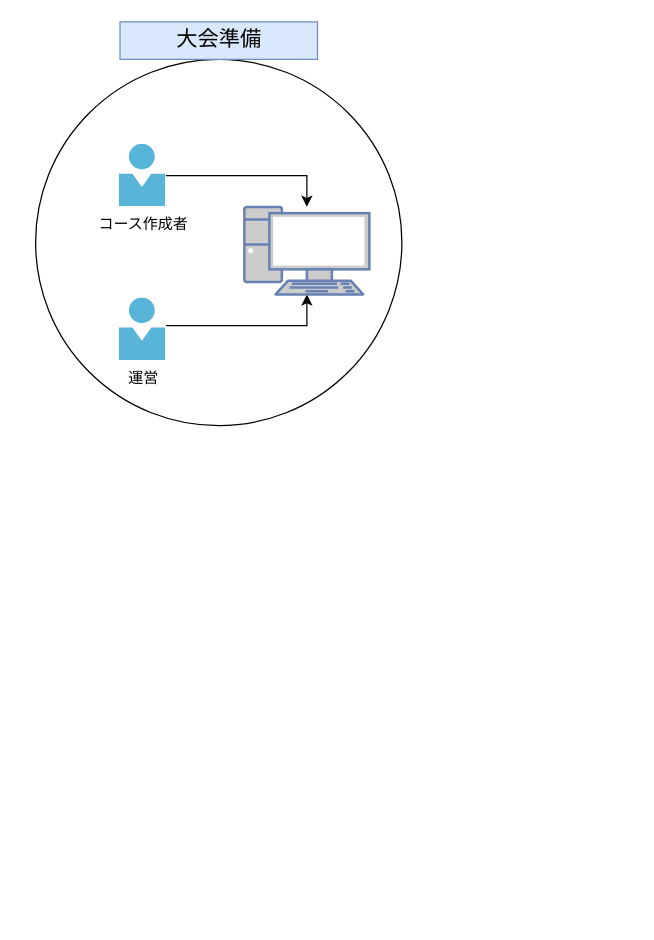
The draw.io diagram system.drawio in kazutan1230/docs, before the edit. Source tidied: cells renumbered, new cells numbered last; positions are measured from the earlier drawing's top-left corner, leaving out a move shared by most shapes. Both pictures are drawn from the tidied source at 125%, with x=0, y=0 at pixel (35, 21). Pictures stored in the file or linked from it are replaced by grey dashed boxes.
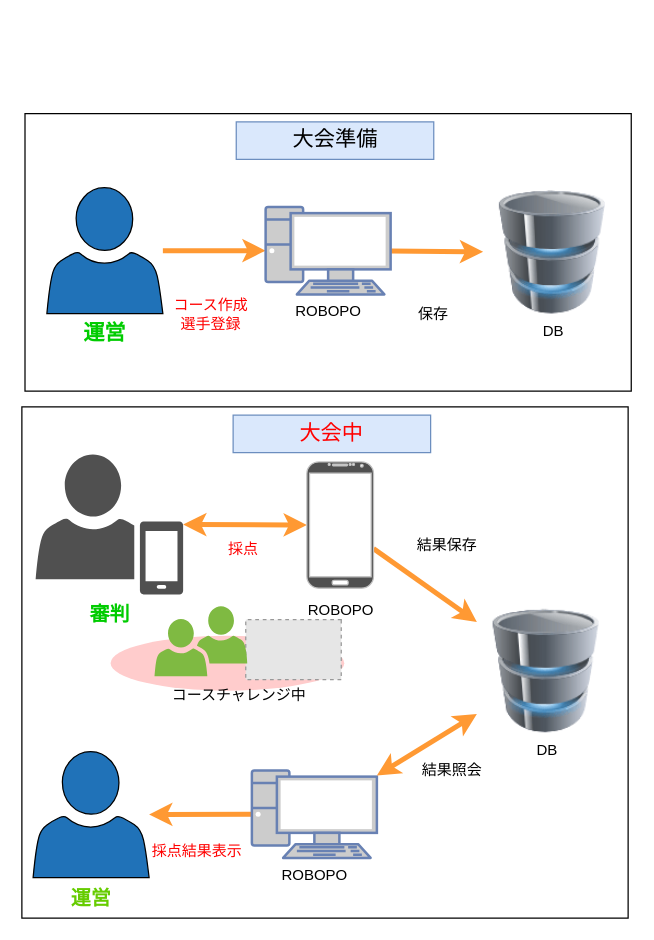
Above is the later version.

Commit message (it also covers changes not shown here):
edit: systemGaiyo -名称未設定ファイル.drawio を削除しました -システム概要図を更新

The edit, as a diff of the source:
```diff
@@
-    <mxCell id="2" style="edgeStyle=orthogonalEdgeStyle;rounded=0;jettySize=auto;html=1;" parent="1" edge="1" source="4" target="9">
-      <mxGeometry relative="1" as="geometry">
-        <Array as="points">
-          <mxPoint x="180" y="283" />
-          <mxPoint x="180" y="283" />
-        </Array>
-      </mxGeometry>
-    </mxCell>
+    <mxCell id="11" style="rounded=0;whiteSpace=wrap;html=1;" parent="1" vertex="1">
+      <mxGeometry x="-11" y="308" width="485" height="409" as="geometry" />
+    </mxCell>
+    <mxCell id="12" style="rounded=0;whiteSpace=wrap;html=1;" parent="1" vertex="1">
+      <mxGeometry x="-8.5" y="73.4" width="485" height="222" as="geometry" />
+    </mxCell>
-    <mxCell id="3" style="edgeStyle=orthogonalEdgeStyle;rounded=0;orthogonalLoop=1;jettySize=auto;html=1;exitX=0.5;exitY=1;exitDx=0;exitDy=0;" parent="1" edge="1" source="4" target="4">
-      <mxGeometry relative="1" as="geometry" />
+    <mxCell id="3" style="edgeStyle=orthogonalEdgeStyle;rounded=0;orthogonalLoop=1;jettySize=auto;html=1;exitX=0.5;exitY=1;exitDx=0;exitDy=0;" parent="1" edge="1">
+      <mxGeometry relative="1" as="geometry">
+        <mxPoint x="146.5" y="329.5" as="sourcePoint" />
+        <mxPoint x="146.5" y="329.5" as="targetPoint" />
+      </mxGeometry>
     </mxCell>
-    <mxCell id="4" style="ellipse;whiteSpace=wrap;html=1;" parent="1" vertex="1">
-      <mxGeometry y="30" width="293" height="293" as="geometry" />
-    </mxCell>
-    <mxCell id="5" style="edgeStyle=orthogonalEdgeStyle;rounded=0;jettySize=auto;html=1;" parent="1" edge="1" source="6" target="9">
-      <mxGeometry relative="1" as="geometry">
-        <Array as="points">
-          <mxPoint x="217" y="123" />
-        </Array>
-      </mxGeometry>
-    </mxCell>
-    <mxCell id="6" value="コース作成者" style="image;sketch=0;html=1;points=[];align=center;fontSize=12;image=img/lib/mscae/Person.svg;imageBackground=default;fillStyle=auto;" parent="1" vertex="1">
-      <mxGeometry x="67" y="98" width="37" height="50" as="geometry" />
-    </mxCell>
-    <mxCell id="7" style="edgeStyle=orthogonalEdgeStyle;rounded=0;jettySize=auto;html=1;" parent="1" edge="1" source="8" target="9">
-      <mxGeometry relative="1" as="geometry">
-        <Array as="points">
-          <mxPoint x="217" y="243" />
-        </Array>
-      </mxGeometry>
+    <mxCell id="7" style="edgeStyle=none;html=1;strokeWidth=4;strokeColor=#FF9933;" parent="1" edge="1" source="8" target="9">
+      <mxGeometry relative="1" as="geometry" />
     </mxCell>
+    <mxCell id="13" style="ellipse;whiteSpace=wrap;html=1;strokeWidth=4;fontSize=12;fillColor=#ffcccc;strokeColor=none;" parent="1" vertex="1">
+      <mxGeometry x="60" y="491" width="186.9" height="44" as="geometry" />
+    </mxCell>
-    <mxCell id="8" value="運営" style="image;sketch=0;html=1;points=[];align=center;fontSize=12;image=img/lib/mscae/Person.svg;imageBackground=default;fillStyle=auto;fillColor=light-dark(#FF56E2,var(--ge-dark-color, #121212));" parent="1" vertex="1">
-      <mxGeometry x="67" y="221" width="37" height="50" as="geometry" />
+    <mxCell id="8" value="&lt;b&gt;&lt;font color=&quot;#00cc00&quot; style=&quot;font-size: 17px;&quot;&gt;運営&lt;/font&gt;&lt;/b&gt;" style="sketch=0;shadow=0;dashed=0;html=1;strokeColor=default;labelPosition=center;verticalLabelPosition=bottom;verticalAlign=top;outlineConnect=0;align=center;shape=mxgraph.office.users.user;fillColor=#2072B8;fontFamily=Helvetica;fontSize=12;fontColor=default;fillStyle=auto;" parent="1" vertex="1">
+      <mxGeometry x="9" y="132.6" width="92.8" height="100.8" as="geometry" />
     </mxCell>
+    <mxCell id="14" style="edgeStyle=none;html=1;strokeColor=#FF9933;strokeWidth=4;" parent="1" edge="1" source="9" target="16">
+      <mxGeometry relative="1" as="geometry" />
+    </mxCell>
-    <mxCell id="9" style="fontColor=#0066CC;verticalAlign=top;verticalLabelPosition=bottom;labelPosition=center;align=center;html=1;outlineConnect=0;fillColor=#CCCCCC;strokeColor=#6881B3;gradientColor=none;gradientDirection=north;strokeWidth=2;shape=mxgraph.networks.pc;" parent="1" vertex="1">
-      <mxGeometry x="167" y="148" width="100" height="70" as="geometry" />
+    <mxCell id="9" value="&lt;font color=&quot;#000000&quot;&gt;ROBOPO&lt;/font&gt;" style="fontColor=#0066CC;verticalAlign=top;verticalLabelPosition=bottom;labelPosition=center;align=center;html=1;outlineConnect=0;fillColor=#CCCCCC;strokeColor=#6881B3;gradientColor=none;gradientDirection=north;strokeWidth=2;shape=mxgraph.networks.pc;" parent="1" vertex="1">
+      <mxGeometry x="184" y="148" width="100" height="70" as="geometry" />
     </mxCell>
-    <mxCell id="10" value="大会準備" style="text;html=1;align=center;verticalAlign=middle;whiteSpace=wrap;rounded=0;fillColor=#dae8fc;strokeColor=#6c8ebf;fontSize=17;" parent="1" vertex="1">
-      <mxGeometry x="67.5" width="158" height="30" as="geometry" />
+    <mxCell id="10" value="大会準備" style="text;html=1;align=center;verticalAlign=middle;whiteSpace=wrap;rounded=0;fillColor=#dae8fc;strokeColor=#6c8ebf;fontSize=17;fontColor=#000000;" parent="1" vertex="1">
+      <mxGeometry x="160.5" y="80" width="158" height="30" as="geometry" />
     </mxCell>
+    <mxCell id="15" value="&lt;font color=&quot;#ff0000&quot;&gt;コース作成&lt;br&gt;選手登録&lt;/font&gt;" style="text;html=1;strokeColor=none;fillColor=none;align=center;verticalAlign=middle;whiteSpace=wrap;rounded=0;" parent="1" vertex="1">
+      <mxGeometry x="95.1" y="198" width="91" height="72" as="geometry" />
+    </mxCell>
+    <mxCell id="16" value="DB" style="image;html=1;image=img/lib/clip_art/computers/Database_128x128.png;" parent="1" vertex="1">
+      <mxGeometry x="358" y="135" width="111" height="98.8" as="geometry" />
+    </mxCell>
+    <mxCell id="17" value="&lt;b&gt;&lt;font color=&quot;#66cc00&quot; style=&quot;font-size: 16px;&quot;&gt;運営&lt;/font&gt;&lt;/b&gt;" style="sketch=0;shadow=0;dashed=0;html=1;strokeColor=default;labelPosition=center;verticalLabelPosition=bottom;verticalAlign=top;outlineConnect=0;align=center;shape=mxgraph.office.users.user;fillColor=#2072B8;fontFamily=Helvetica;fontSize=12;fontColor=default;fillStyle=auto;" parent="1" vertex="1">
+      <mxGeometry x="-2" y="583.7" width="92.8" height="100.8" as="geometry" />
+    </mxCell>
+    <mxCell id="18" style="edgeStyle=none;html=1;strokeColor=#FF9933;strokeWidth=4;fontColor=#FF0000;" parent="1" edge="1" source="19" target="17">
+      <mxGeometry relative="1" as="geometry" />
+    </mxCell>
+    <mxCell id="19" value="ROBOPO" style="fontColor=#000000;verticalAlign=top;verticalLabelPosition=bottom;labelPosition=center;align=center;html=1;outlineConnect=0;fillColor=#CCCCCC;strokeColor=#6881B3;gradientColor=none;gradientDirection=north;strokeWidth=2;shape=mxgraph.networks.pc;" parent="1" vertex="1">
+      <mxGeometry x="173" y="598.8" width="100" height="70" as="geometry" />
+    </mxCell>
+    <mxCell id="20" value="大会中" style="text;html=1;align=center;verticalAlign=middle;whiteSpace=wrap;rounded=0;fillColor=#dae8fc;strokeColor=#6c8ebf;fontSize=17;fontColor=#FF0000;" parent="1" vertex="1">
+      <mxGeometry x="158" y="314.6" width="158" height="30" as="geometry" />
+    </mxCell>
+    <mxCell id="21" value="&lt;font color=&quot;#ff0000&quot;&gt;採点結果表示&lt;/font&gt;" style="text;html=1;strokeColor=none;fillColor=none;align=center;verticalAlign=middle;whiteSpace=wrap;rounded=0;" parent="1" vertex="1">
+      <mxGeometry x="84.1" y="648.8" width="91" height="30.2" as="geometry" />
+    </mxCell>
+    <mxCell id="22" style="edgeStyle=none;html=1;fontColor=#FF0000;strokeWidth=4;strokeColor=#FF9933;startArrow=classic;startFill=1;" parent="1" edge="1" source="23" target="19">
+      <mxGeometry relative="1" as="geometry" />
+    </mxCell>
+    <mxCell id="23" value="DB" style="image;html=1;image=img/lib/clip_art/computers/Database_128x128.png;" parent="1" vertex="1">
+      <mxGeometry x="353" y="470" width="111" height="98.8" as="geometry" />
+    </mxCell>
+    <mxCell id="24" value="保存" style="text;html=1;strokeColor=none;fillColor=none;align=center;verticalAlign=middle;whiteSpace=wrap;rounded=0;" parent="1" vertex="1">
+      <mxGeometry x="273" y="198" width="91" height="72" as="geometry" />
+    </mxCell>
+    <mxCell id="25" value="結果照会" style="text;html=1;strokeColor=none;fillColor=none;align=center;verticalAlign=middle;whiteSpace=wrap;rounded=0;" parent="1" vertex="1">
+      <mxGeometry x="288" y="583.7" width="91" height="30.2" as="geometry" />
+    </mxCell>
+    <mxCell id="26" style="edgeStyle=none;html=1;strokeColor=#FF9933;strokeWidth=4;fontSize=12;fontColor=#000000;startArrow=classic;startFill=1;" parent="1" edge="1" source="27" target="31">
+      <mxGeometry relative="1" as="geometry" />
+    </mxCell>
+    <mxCell id="27" value="&lt;font color=&quot;#00cc00&quot; style=&quot;font-size: 16px;&quot;&gt;&lt;b style=&quot;&quot;&gt;審判&lt;/b&gt;&lt;/font&gt;" style="sketch=0;shadow=0;dashed=0;html=1;strokeColor=none;fillColor=#505050;labelPosition=center;verticalLabelPosition=bottom;verticalAlign=top;outlineConnect=0;align=center;shape=mxgraph.office.users.mobile_user;strokeWidth=4;fontColor=#FF0000;" parent="1" vertex="1">
+      <mxGeometry y="346" width="118" height="112" as="geometry" />
+    </mxCell>
+    <mxCell id="28" style="fillColor=#E6E6E6;strokeColor=#999999;dashed=1;verticalLabelPosition=bottom;verticalAlign=top;fontSize=16;fontColor=#66CC00;rotation=90;" parent="1" vertex="1">
+      <mxGeometry x="182.3" y="464" width="48" height="76.4" as="geometry" />
+    </mxCell>
+    <mxCell id="29" style="sketch=0;shadow=0;dashed=0;html=1;strokeColor=none;fillColor=#505050;labelPosition=center;verticalLabelPosition=bottom;verticalAlign=top;align=center;shape=mxgraph.office.users.users_two;fillColor=#7FBA42;strokeWidth=4;fontSize=16;fontColor=#66CC00;" parent="1" vertex="1">
+      <mxGeometry x="95.1" y="467.5" width="74.2" height="56" as="geometry" />
+    </mxCell>
+    <mxCell id="30" style="edgeStyle=none;html=1;strokeColor=#FF9933;strokeWidth=4;fontSize=12;fontColor=#000000;startArrow=none;startFill=0;" parent="1" edge="1" source="31" target="23">
+      <mxGeometry relative="1" as="geometry" />
+    </mxCell>
+    <mxCell id="31" value="&lt;font style=&quot;font-size: 12px;&quot; color=&quot;#000000&quot;&gt;ROBOPO&lt;/font&gt;" style="verticalLabelPosition=bottom;verticalAlign=top;html=1;shadow=0;dashed=0;strokeWidth=1;shape=mxgraph.android.phone2;strokeColor=#c0c0c0;fontSize=16;fontColor=#66CC00;fillColor=#505050;" parent="1" vertex="1">
+      <mxGeometry x="217" y="352" width="53.3" height="101" as="geometry" />
+    </mxCell>
+    <mxCell id="32" value="コースチャレンジ中" style="text;html=1;strokeColor=none;fillColor=none;align=center;verticalAlign=middle;whiteSpace=wrap;rounded=0;" parent="1" vertex="1">
+      <mxGeometry x="84.1" y="528" width="158.1" height="22" as="geometry" />
+    </mxCell>
+    <mxCell id="33" value="結果保存" style="text;html=1;strokeColor=none;fillColor=none;align=center;verticalAlign=middle;whiteSpace=wrap;rounded=0;" parent="1" vertex="1">
+      <mxGeometry x="284" y="404" width="91" height="30.2" as="geometry" />
+    </mxCell>
+    <mxCell id="34" value="採点" style="text;html=1;strokeColor=none;fillColor=none;align=center;verticalAlign=middle;whiteSpace=wrap;rounded=0;fontColor=#FF0000;" parent="1" vertex="1">
+      <mxGeometry x="121" y="407" width="91" height="30.2" as="geometry" />
+    </mxCell>
```
